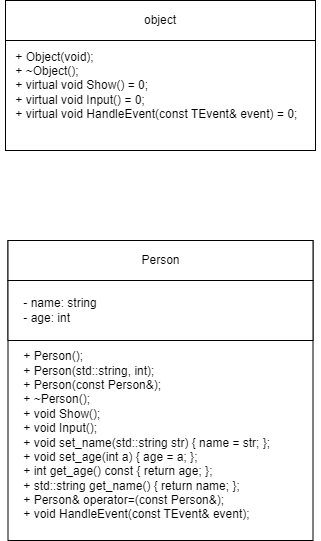
Before: 2 Семестр/Class/Лаба 8/Лаба 8 Классы.png, a diagram exported from draw.io (IlyaFedoseev227/LABS-PNRPU-IVT-22-1b). Source tidied: cells renumbered, new cells last; positions are measured from the earlier drawing's top-left corner, leaving out a move shared by most shapes.
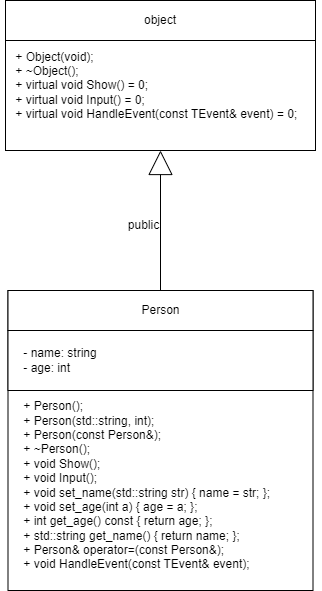
The same file after the commit.

Change to the diagram source:
```diff
@@ -3,13 +3,13 @@
     <mxCell id="0" />
     <mxCell id="1" parent="0" />
     <mxCell id="2" style="rounded=0;whiteSpace=wrap;html=1;" parent="1" vertex="1">
-      <mxGeometry x="5" width="310" height="150" as="geometry" />
+      <mxGeometry x="5" y="-50" width="310" height="150" as="geometry" />
     </mxCell>
     <mxCell id="3" value="object" style="rounded=0;whiteSpace=wrap;html=1;" parent="1" vertex="1">
-      <mxGeometry x="5" width="310" height="40" as="geometry" />
+      <mxGeometry x="5" y="-50" width="310" height="40" as="geometry" />
     </mxCell>
     <mxCell id="4" value="&lt;div&gt;&amp;nbsp; &amp;nbsp; + Object(void);&lt;/div&gt;&lt;div&gt;&amp;nbsp; &amp;nbsp; + ~Object();&lt;/div&gt;&lt;div&gt;&amp;nbsp; &amp;nbsp; + virtual void Show() = 0;&lt;/div&gt;&lt;div&gt;&amp;nbsp; &amp;nbsp; + virtual void Input() = 0;&lt;/div&gt;&lt;div&gt;&amp;nbsp; &amp;nbsp; + virtual void HandleEvent(const TEvent&amp;amp; event) = 0;&lt;/div&gt;" style="text;html=1;align=left;verticalAlign=middle;strokeColor=none;fillColor=none;" parent="1" vertex="1">
-      <mxGeometry y="40" width="320" height="90" as="geometry" />
+      <mxGeometry y="-10" width="320" height="90" as="geometry" />
     </mxCell>
     <mxCell id="5" style="rounded=0;whiteSpace=wrap;html=1;" parent="1" vertex="1">
       <mxGeometry x="7.5" y="240" width="305" height="300" as="geometry" />
@@ -26,5 +26,11 @@
     <mxCell id="9" value="&lt;div&gt;&amp;nbsp; &amp;nbsp; - name: string&lt;/div&gt;&lt;div&gt;&amp;nbsp; &amp;nbsp; - age: int&lt;/div&gt;" style="text;html=1;align=left;verticalAlign=middle;strokeColor=none;fillColor=none;" parent="1" vertex="1">
       <mxGeometry x="7.5" y="290" width="110" height="40" as="geometry" />
     </mxCell>
+    <mxCell id="10" style="edgeStyle=orthogonalEdgeStyle;rounded=0;jettySize=auto;html=1;endArrow=block;endFill=0;strokeWidth=1;endSize=22;exitX=0.5;exitY=0;exitDx=0;exitDy=0;" parent="1" edge="1" source="6" target="2">
+      <mxGeometry relative="1" as="geometry" />
+    </mxCell>
+    <mxCell id="11" value="public" style="text;html=1;align=center;verticalAlign=middle;strokeColor=none;fillColor=none;" parent="1" vertex="1">
+      <mxGeometry x="117.5" y="160" width="50" height="30" as="geometry" />
+    </mxCell>
   </root>
 </mxGraphModel>
```
